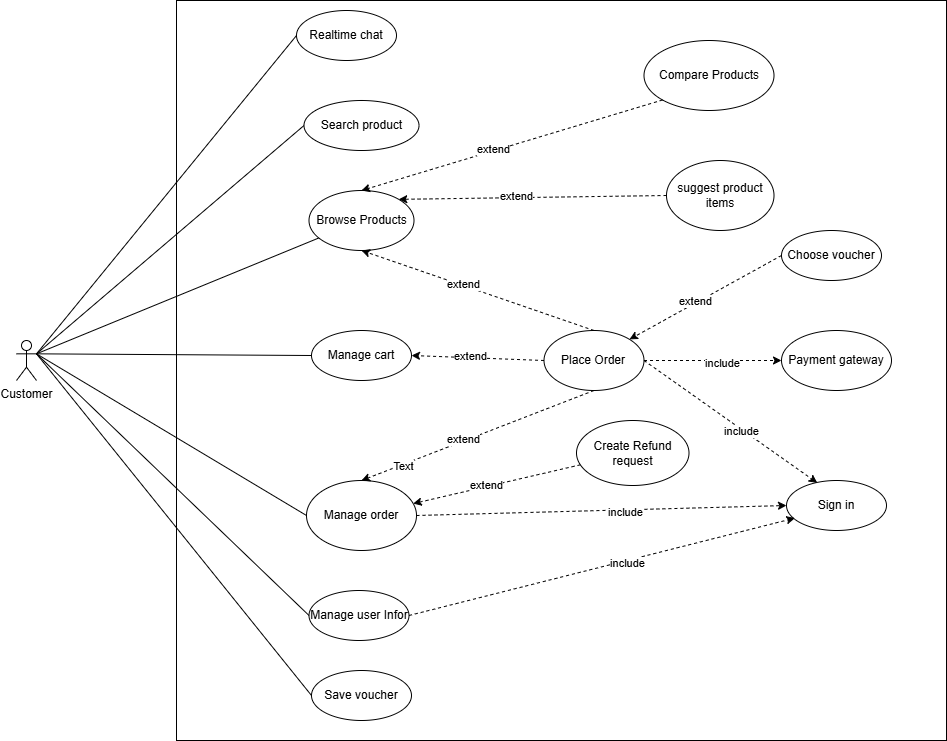
The draw.io diagram Final-Report/HK251-DACN-ECOMMERCE-SHOP-WEBSITE/Images/UsecaseDiagram/Đồ án - HK251-Usecase cho customer.drawio.png in maiphuongbrt9a1/be-ecomerce-shop, before a commit. Source tidied: cells renumbered, new cells last; positions are measured from the earlier drawing's top-left corner, leaving out a move shared by most shapes.
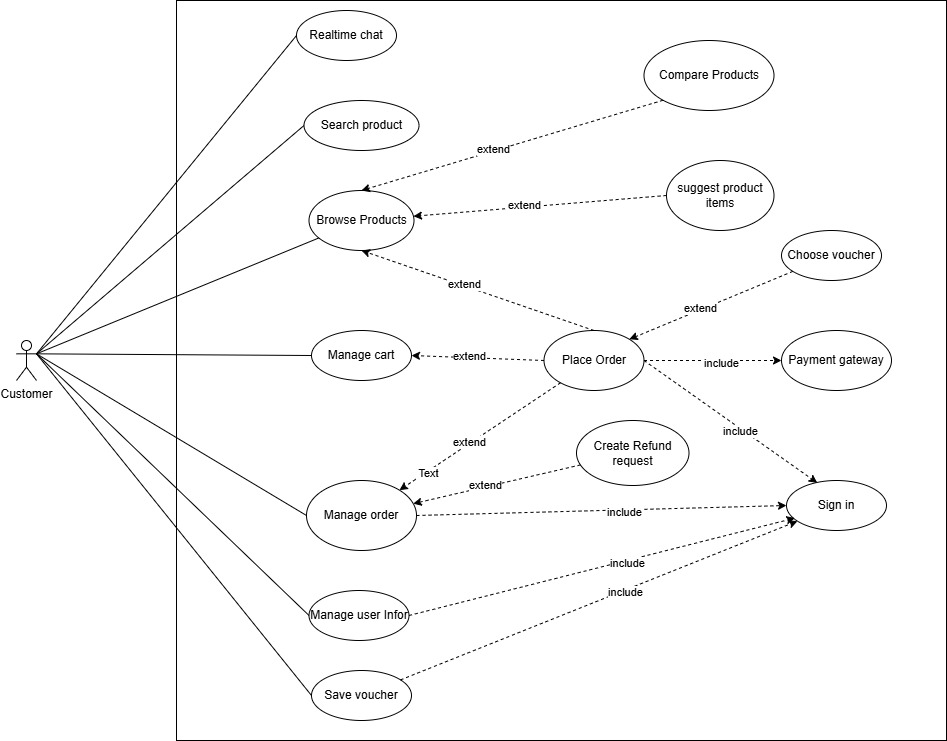
The same file after the commit.

Commit message:
update(final report folder): update img for erd, activity diagram, usecase diagram, add new backup slide for report in pdf and ppt files

Change to the diagram source:
```diff
@@ -68,7 +68,7 @@
     <mxCell id="23" value="extend" style="edgeLabel;html=1;align=center;verticalAlign=middle;fontFamily=Helvetica;fontSize=11;fontColor=default;labelBackgroundColor=default;" parent="22" vertex="1">
       <mxGeometry x="0.13" y="-2" relative="1" as="geometry" />
     </mxCell>
-    <mxCell id="24" style="edgeStyle=none;rounded=0;jettySize=auto;html=1;strokeColor=default;align=center;verticalAlign=middle;fontFamily=Helvetica;fontSize=11;fontColor=default;labelBackgroundColor=default;endArrow=classic;endFill=1;dashed=1;exitX=0.5;exitY=1;exitDx=0;exitDy=0;entryX=0.5;entryY=0;entryDx=0;entryDy=0;" parent="1" edge="1" source="6" target="20">
+    <mxCell id="24" style="edgeStyle=none;rounded=0;jettySize=auto;html=1;strokeColor=default;align=center;verticalAlign=middle;fontFamily=Helvetica;fontSize=11;fontColor=default;labelBackgroundColor=default;endArrow=classic;endFill=1;dashed=1;" parent="1" edge="1" source="6" target="20">
       <mxGeometry relative="1" as="geometry" />
     </mxCell>
     <mxCell id="25" value="extend" style="edgeLabel;html=1;align=center;verticalAlign=middle;fontFamily=Helvetica;fontSize=11;fontColor=default;labelBackgroundColor=default;" parent="24" vertex="1">
@@ -103,7 +103,7 @@
     <mxCell id="34" value="suggest product items" style="ellipse;whiteSpace=wrap;html=1;" parent="1" vertex="1">
       <mxGeometry x="650" y="160" width="107.5" height="70" as="geometry" />
     </mxCell>
-    <mxCell id="35" style="edgeStyle=none;rounded=0;jettySize=auto;html=1;strokeColor=default;align=center;verticalAlign=middle;fontFamily=Helvetica;fontSize=11;fontColor=default;labelBackgroundColor=default;endArrow=classic;endFill=1;dashed=1;exitX=0;exitY=0.5;exitDx=0;exitDy=0;entryX=1;entryY=0;entryDx=0;entryDy=0;" parent="1" edge="1" source="34" target="5">
+    <mxCell id="35" style="edgeStyle=none;rounded=0;jettySize=auto;html=1;strokeColor=default;align=center;verticalAlign=middle;fontFamily=Helvetica;fontSize=11;fontColor=default;labelBackgroundColor=default;endArrow=classic;endFill=1;dashed=1;exitX=0;exitY=0.5;exitDx=0;exitDy=0;" parent="1" edge="1" source="34" target="5">
       <mxGeometry relative="1" as="geometry" />
     </mxCell>
     <mxCell id="36" value="extend" style="edgeLabel;html=1;align=center;verticalAlign=middle;fontFamily=Helvetica;fontSize=11;fontColor=default;labelBackgroundColor=default;" parent="35" vertex="1">
@@ -136,11 +136,17 @@
     <mxCell id="45" value="Choose voucher" style="ellipse;whiteSpace=wrap;html=1;" parent="1" vertex="1">
       <mxGeometry x="765" y="230" width="100" height="50" as="geometry" />
     </mxCell>
-    <mxCell id="46" style="edgeStyle=none;rounded=0;jettySize=auto;html=1;strokeColor=default;align=center;verticalAlign=middle;fontFamily=Helvetica;fontSize=11;fontColor=default;labelBackgroundColor=default;endArrow=classic;endFill=1;dashed=1;entryX=1;entryY=0;entryDx=0;entryDy=0;exitX=0;exitY=0.5;exitDx=0;exitDy=0;" parent="1" edge="1" source="45" target="6">
+    <mxCell id="46" style="edgeStyle=none;rounded=0;jettySize=auto;html=1;strokeColor=default;align=center;verticalAlign=middle;fontFamily=Helvetica;fontSize=11;fontColor=default;labelBackgroundColor=default;endArrow=classic;endFill=1;dashed=1;entryX=1;entryY=0;entryDx=0;entryDy=0;" parent="1" edge="1" source="45" target="6">
       <mxGeometry relative="1" as="geometry" />
     </mxCell>
     <mxCell id="47" value="extend" style="edgeLabel;html=1;align=center;verticalAlign=middle;fontFamily=Helvetica;fontSize=11;fontColor=default;labelBackgroundColor=default;" parent="46" vertex="1">
       <mxGeometry x="0.13" y="-2" relative="1" as="geometry" />
     </mxCell>
+    <mxCell id="48" style="edgeStyle=none;rounded=0;jettySize=auto;html=1;strokeColor=default;align=center;verticalAlign=middle;fontFamily=Helvetica;fontSize=11;fontColor=default;labelBackgroundColor=default;endArrow=classic;endFill=1;dashed=1;" parent="1" edge="1" source="43" target="27">
+      <mxGeometry relative="1" as="geometry" />
+    </mxCell>
+    <mxCell id="49" value="include" style="edgeLabel;html=1;align=center;verticalAlign=middle;fontFamily=Helvetica;fontSize=11;fontColor=default;labelBackgroundColor=default;" parent="48" vertex="1">
+      <mxGeometry x="0.13" y="-2" relative="1" as="geometry" />
+    </mxCell>
   </root>
 </mxGraphModel>
```
